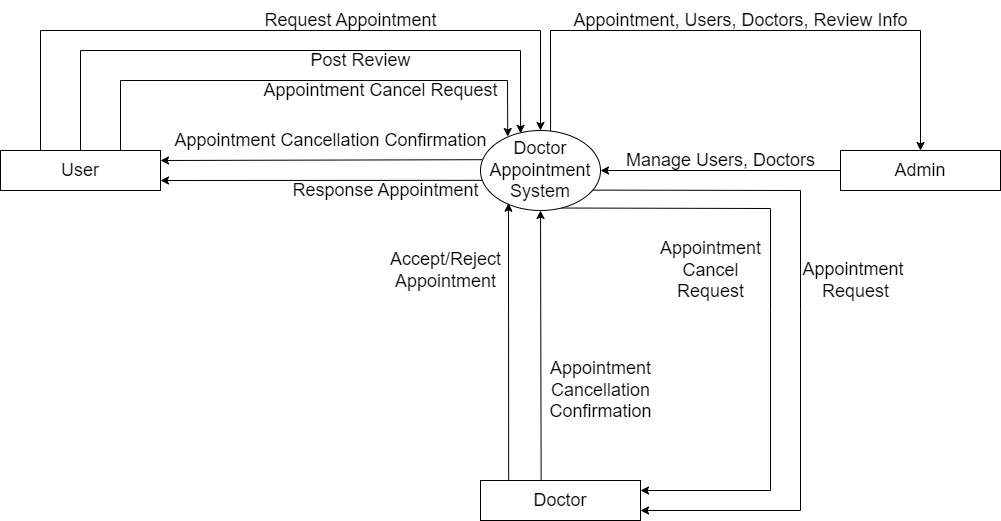
Earlier version of the draw.io export level0dfd.png (dipeshs13/diagram). Source tidied: cells renumbered, new cells last; positions are measured from the earlier drawing's top-left corner, leaving out a move shared by most shapes.
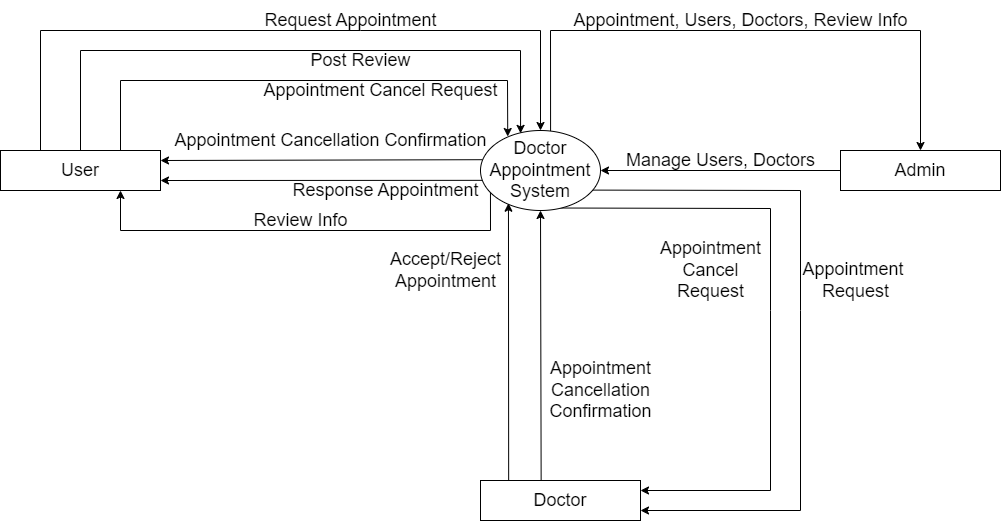
The same diagram one commit later.

Change to the diagram source:
```diff
@@ -34,6 +34,14 @@
     <mxCell id="6" style="edgeStyle=none;rounded=0;html=1;exitX=0.019;exitY=0.365;exitDx=0;exitDy=0;exitPerimeter=0;entryX=1;entryY=0.25;entryDx=0;entryDy=0;" parent="1" edge="1" source="7" target="11">
       <mxGeometry relative="1" as="geometry" />
     </mxCell>
+    <mxCell id="28" style="edgeStyle=none;html=1;exitX=0.083;exitY=0.768;exitDx=0;exitDy=0;entryX=0.75;entryY=1;entryDx=0;entryDy=0;rounded=0;exitPerimeter=0;" parent="1" edge="1" source="7" target="11">
+      <mxGeometry relative="1" as="geometry">
+        <Array as="points">
+          <mxPoint x="490" y="230" />
+          <mxPoint x="120" y="230" />
+        </Array>
+      </mxGeometry>
+    </mxCell>
     <mxCell id="7" value="&lt;font style=&quot;font-size: 18px;&quot;&gt;Doctor&lt;br&gt;Appointment&lt;br&gt;System&lt;/font&gt;" style="ellipse;whiteSpace=wrap;html=1;" parent="1" vertex="1">
       <mxGeometry x="480" y="130" width="120" height="80" as="geometry" />
     </mxCell>
@@ -113,5 +121,8 @@
     <mxCell id="27" value="Appointment Cancellation Confirmation" style="text;html=1;align=center;verticalAlign=middle;strokeColor=none;fillColor=none;fontSize=18;" parent="1" vertex="1">
       <mxGeometry x="160" y="120" width="340" height="40" as="geometry" />
     </mxCell>
+    <mxCell id="29" value="Review Info" style="text;html=1;align=center;verticalAlign=middle;strokeColor=none;fillColor=none;fontSize=18;" parent="1" vertex="1">
+      <mxGeometry x="240" y="200" width="120" height="40" as="geometry" />
+    </mxCell>
   </root>
 </mxGraphModel>
```
